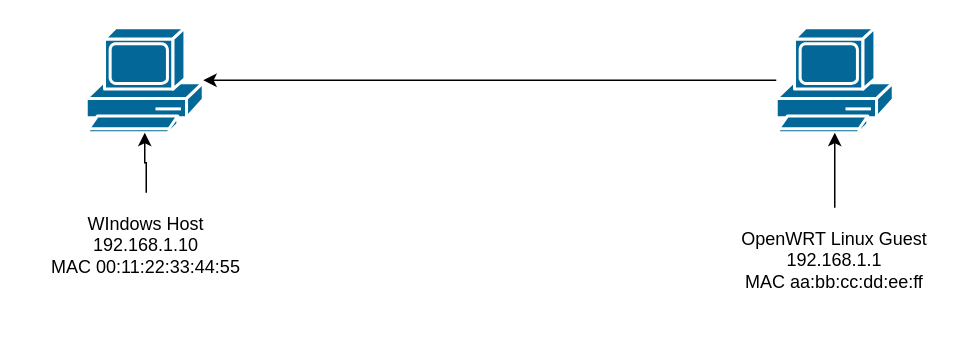
Before: week4-task4-ping.drawio in YESHWANTH12316037/Week4, a draw.io diagram. Source tidied: cells renumbered, new cells numbered last; positions are measured from the earlier drawing's top-left corner, leaving out a move shared by most shapes. Both pictures are drawn from the tidied source at 150%, with x=0, y=0 at pixel (26, 27).
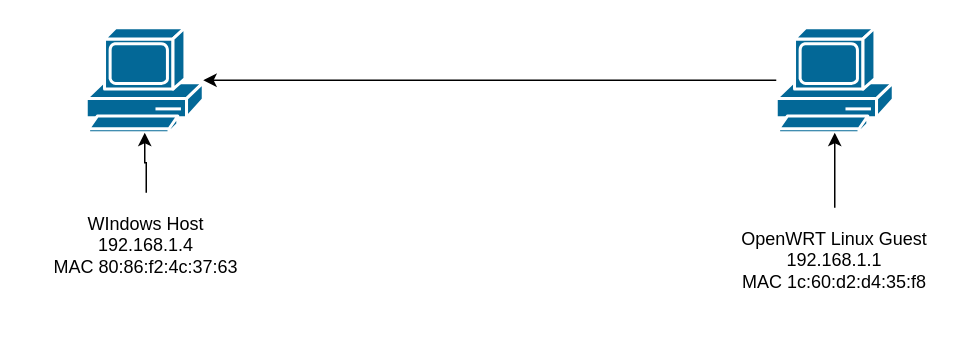
The same diagram, later.

What changed in the source:
```diff
@@
 <mxGraphModel>
   <root>
     <mxCell id="0" />
     <mxCell id="1" parent="0" />
     <mxCell id="2" style="shape=mxgraph.cisco.computers_and_peripherals.pc;sketch=0;html=1;dashed=0;fillColor=#036897;strokeColor=#ffffff;strokeWidth=2;verticalLabelPosition=bottom;verticalAlign=top;align=center;outlineConnect=0;" parent="1" vertex="1">
       <mxGeometry x="40" width="78" height="70" as="geometry" />
     </mxCell>
     <mxCell id="3" style="edgeStyle=orthogonalEdgeStyle;rounded=0;jettySize=auto;html=1;" parent="1" edge="1" source="4" target="2">
       <mxGeometry relative="1" as="geometry" />
     </mxCell>
     <mxCell id="4" style="shape=mxgraph.cisco.computers_and_peripherals.pc;sketch=0;html=1;dashed=0;fillColor=#036897;strokeColor=#ffffff;strokeWidth=2;verticalLabelPosition=bottom;verticalAlign=top;align=center;outlineConnect=0;" parent="1" vertex="1">
       <mxGeometry x="500" width="78" height="70" as="geometry" />
     </mxCell>
     <mxCell id="5" style="edgeStyle=orthogonalEdgeStyle;rounded=0;jettySize=auto;html=1;" parent="1" edge="1" source="6" target="2">
       <mxGeometry relative="1" as="geometry" />
     </mxCell>
-    <mxCell id="6" value="WIndows Host&lt;br&gt;192.168.1.10&lt;br&gt;MAC 00:11:22:33:44:55" style="text;strokeColor=none;align=center;fillColor=none;html=1;verticalAlign=middle;whiteSpace=wrap;rounded=0;" parent="1" vertex="1">
+    <mxCell id="6" value="WIndows Host&lt;br&gt;192.168.1.4&lt;br&gt;MAC 80:86:f2:4c:37:63" style="text;strokeColor=none;align=center;fillColor=none;html=1;verticalAlign=middle;whiteSpace=wrap;rounded=0;" parent="1" vertex="1">
       <mxGeometry y="110" width="160" height="70" as="geometry" />
     </mxCell>
-    <mxCell id="7" value="OpenWRT Linux Guest&lt;br&gt;192.168.1.1&lt;br&gt;MAC aa:bb:cc:dd:ee:ff" style="text;strokeColor=none;align=center;fillColor=none;html=1;verticalAlign=middle;whiteSpace=wrap;rounded=0;" parent="1" vertex="1">
+    <mxCell id="7" value="OpenWRT Linux Guest&lt;br&gt;192.168.1.1&lt;br&gt;MAC 1c:60:d2:d4:35:f8" style="text;strokeColor=none;align=center;fillColor=none;html=1;verticalAlign=middle;whiteSpace=wrap;rounded=0;" parent="1" vertex="1">
       <mxGeometry x="459" y="120" width="160" height="70" as="geometry" />
     </mxCell>
     <mxCell id="8" style="edgeStyle=orthogonalEdgeStyle;rounded=0;jettySize=auto;html=1;entryX=0.5;entryY=1;entryDx=0;entryDy=0;entryPerimeter=0;" parent="1" edge="1" source="7" target="4">
       <mxGeometry relative="1" as="geometry" />
     </mxCell>
   </root>
 </mxGraphModel>
```
